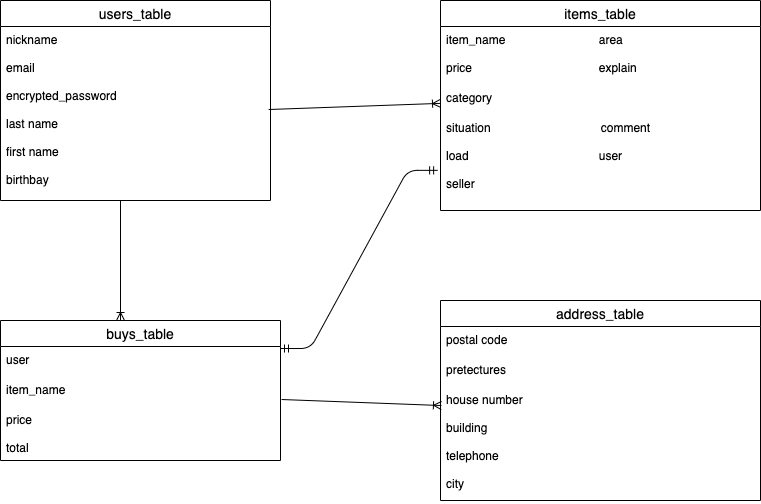
stillho/furima-36860 keeps this draw.io diagram as ER.png. Above is the earlier version. Source tidied: cells renumbered, new cells last; positions are measured from the earlier drawing's top-left corner, leaving out a move shared by most shapes.
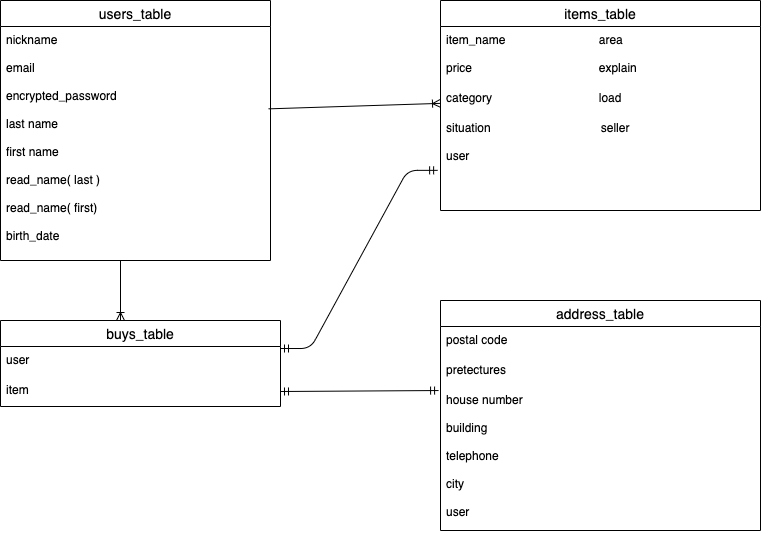
After the change.

What changed in the source:
```diff
@@ -3,13 +3,13 @@
     <mxCell id="0" />
     <mxCell id="1" parent="0" />
     <mxCell id="2" value="users_table" style="swimlane;fontStyle=0;horizontal=1;startSize=26;align=center;fontSize=14;verticalAlign=middle;" parent="1" vertex="1">
-      <mxGeometry width="270" height="200" as="geometry" />
+      <mxGeometry width="270" height="260" as="geometry" />
     </mxCell>
     <mxCell id="3" value="nickname&#10;&#10;email&#10;&#10;encrypted_password&#10;&#10;&#10;&#10;" style="text;strokeColor=none;fillColor=none;spacingLeft=4;spacingRight=4;overflow=hidden;fontSize=12;" parent="2" vertex="1">
       <mxGeometry y="26" width="270" height="84" as="geometry" />
     </mxCell>
-    <mxCell id="4" value="last name&#10;&#10;first name&#10;&#10;birthbay" style="text;strokeColor=none;fillColor=none;spacingLeft=4;spacingRight=4;overflow=hidden;points=[[0,0.5],[1,0.5]];portConstraint=eastwest;fontSize=12;" parent="2" vertex="1">
-      <mxGeometry y="110" width="270" height="90" as="geometry" />
+    <mxCell id="4" value="last name&#10;&#10;first name&#10;&#10;read_name( last )&#10;&#10;read_name( first)&#10;&#10;birth_date" style="text;strokeColor=none;fillColor=none;spacingLeft=4;spacingRight=4;overflow=hidden;points=[[0,0.5],[1,0.5]];portConstraint=eastwest;fontSize=12;" parent="2" vertex="1">
+      <mxGeometry y="110" width="270" height="150" as="geometry" />
     </mxCell>
     <mxCell id="5" value="items_table" style="swimlane;fontStyle=0;horizontal=1;startSize=26;align=center;fontSize=14;" parent="1" vertex="1">
       <mxGeometry x="440" width="320" height="210" as="geometry" />
@@ -17,27 +17,24 @@
     <mxCell id="6" value="item_name                            area&#10;&#10;price                                      explain&#10;&#10;                                              aim&#10;" style="text;strokeColor=none;fillColor=none;spacingLeft=4;spacingRight=4;overflow=hidden;fontSize=12;" parent="5" vertex="1">
       <mxGeometry y="26" width="320" height="44" as="geometry" />
     </mxCell>
-    <mxCell id="7" value="&#10;category&#10;" style="text;strokeColor=none;fillColor=none;spacingLeft=4;spacingRight=4;overflow=hidden;fontSize=12;" parent="5" vertex="1">
+    <mxCell id="7" value="&#10;category                                load&#10;" style="text;strokeColor=none;fillColor=none;spacingLeft=4;spacingRight=4;overflow=hidden;fontSize=12;" parent="5" vertex="1">
       <mxGeometry y="70" width="320" height="30" as="geometry" />
     </mxCell>
-    <mxCell id="8" value="&#10;situation                                 comment&#10;&#10;load                                       user&#10;&#10;seller&#10;&#10;&#10;&#10;" style="text;strokeColor=none;fillColor=none;spacingLeft=4;spacingRight=4;overflow=hidden;points=[[0,0.5],[1,0.5]];portConstraint=eastwest;fontSize=12;" parent="5" vertex="1">
+    <mxCell id="8" value="&#10;situation                                 seller                                 &#10;&#10;user&#10;&#10;&#10;&#10;&#10;" style="text;strokeColor=none;fillColor=none;spacingLeft=4;spacingRight=4;overflow=hidden;points=[[0,0.5],[1,0.5]];portConstraint=eastwest;fontSize=12;" parent="5" vertex="1">
       <mxGeometry y="100" width="320" height="110" as="geometry" />
     </mxCell>
     <mxCell id="9" value="buys_table" style="swimlane;fontStyle=0;horizontal=1;startSize=26;align=center;fontSize=14;" parent="1" vertex="1">
-      <mxGeometry y="320" width="280" height="140" as="geometry" />
+      <mxGeometry y="320" width="280" height="86" as="geometry" />
     </mxCell>
     <mxCell id="10" value="user" style="text;strokeColor=none;fillColor=none;spacingLeft=4;spacingRight=4;overflow=hidden;points=[[0,0.5],[1,0.5]];portConstraint=eastwest;fontSize=12;" parent="9" vertex="1">
       <mxGeometry y="26" width="280" height="30" as="geometry" />
     </mxCell>
-    <mxCell id="11" value="item_name&#10;" style="text;strokeColor=none;fillColor=none;spacingLeft=4;spacingRight=4;overflow=hidden;points=[[0,0.5],[1,0.5]];portConstraint=eastwest;fontSize=12;" parent="9" vertex="1">
+    <mxCell id="11" value="item&#10;" style="text;strokeColor=none;fillColor=none;spacingLeft=4;spacingRight=4;overflow=hidden;points=[[0,0.5],[1,0.5]];portConstraint=eastwest;fontSize=12;" parent="9" vertex="1">
       <mxGeometry y="56" width="280" height="30" as="geometry" />
     </mxCell>
-    <mxCell id="12" value="price&#10;&#10;total" style="text;strokeColor=none;fillColor=none;spacingLeft=4;spacingRight=4;overflow=hidden;fontSize=12;" parent="9" vertex="1">
-      <mxGeometry y="86" width="280" height="54" as="geometry" />
-    </mxCell>
     <mxCell id="13" style="fontSize=12;html=1;endArrow=ERoneToMany;verticalAlign=middle;" parent="1" edge="1">
       <mxGeometry relative="1" as="geometry">
-        <mxPoint x="120" y="200" as="sourcePoint" />
+        <mxPoint x="120" y="260" as="sourcePoint" />
         <mxPoint x="120" y="320" as="targetPoint" />
       </mxGeometry>
     </mxCell>
@@ -48,7 +45,7 @@
       <mxGeometry relative="1" as="geometry" />
     </mxCell>
     <mxCell id="16" value="address_table" style="swimlane;fontStyle=0;horizontal=1;startSize=26;align=center;fontSize=14;" parent="1" vertex="1">
-      <mxGeometry x="440" y="300" width="320" height="200" as="geometry" />
+      <mxGeometry x="440" y="300" width="320" height="230" as="geometry" />
     </mxCell>
     <mxCell id="17" value="postal code" style="text;strokeColor=none;fillColor=none;spacingLeft=4;spacingRight=4;overflow=hidden;fontSize=12;" parent="16" vertex="1">
       <mxGeometry y="26" width="320" height="30" as="geometry" />
@@ -56,10 +53,10 @@
     <mxCell id="18" value="pretectures" style="text;strokeColor=none;fillColor=none;spacingLeft=4;spacingRight=4;overflow=hidden;fontSize=12;" parent="16" vertex="1">
       <mxGeometry y="56" width="320" height="30" as="geometry" />
     </mxCell>
-    <mxCell id="19" value="house number&#10;&#10;building&#10;&#10;telephone&#10;&#10;city" style="text;strokeColor=none;fillColor=none;spacingLeft=4;spacingRight=4;overflow=hidden;points=[[0,0.5],[1,0.5]];portConstraint=eastwest;fontSize=12;" parent="16" vertex="1">
-      <mxGeometry y="86" width="320" height="114" as="geometry" />
+    <mxCell id="19" value="house number&#10;&#10;building&#10;&#10;telephone&#10;&#10;city&#10;&#10;user" style="text;strokeColor=none;fillColor=none;spacingLeft=4;spacingRight=4;overflow=hidden;points=[[0,0.5],[1,0.5]];portConstraint=eastwest;fontSize=12;" parent="16" vertex="1">
+      <mxGeometry y="86" width="320" height="144" as="geometry" />
     </mxCell>
-    <mxCell id="20" style="fontSize=12;html=1;endArrow=ERoneToMany;verticalAlign=middle;exitX=1.004;exitY=0.767;exitDx=0;exitDy=0;exitPerimeter=0;entryX=0.003;entryY=0.167;entryDx=0;entryDy=0;entryPerimeter=0;" parent="1" edge="1" source="11" target="19">
+    <mxCell id="20" style="fontSize=12;html=1;endArrow=ERmandOne;startArrow=ERmandOne;exitX=1;exitY=0.5;exitDx=0;exitDy=0;entryX=-0.006;entryY=0.028;entryDx=0;entryDy=0;entryPerimeter=0;" parent="1" edge="1" source="11" target="19">
       <mxGeometry relative="1" as="geometry" />
     </mxCell>
   </root>
```
